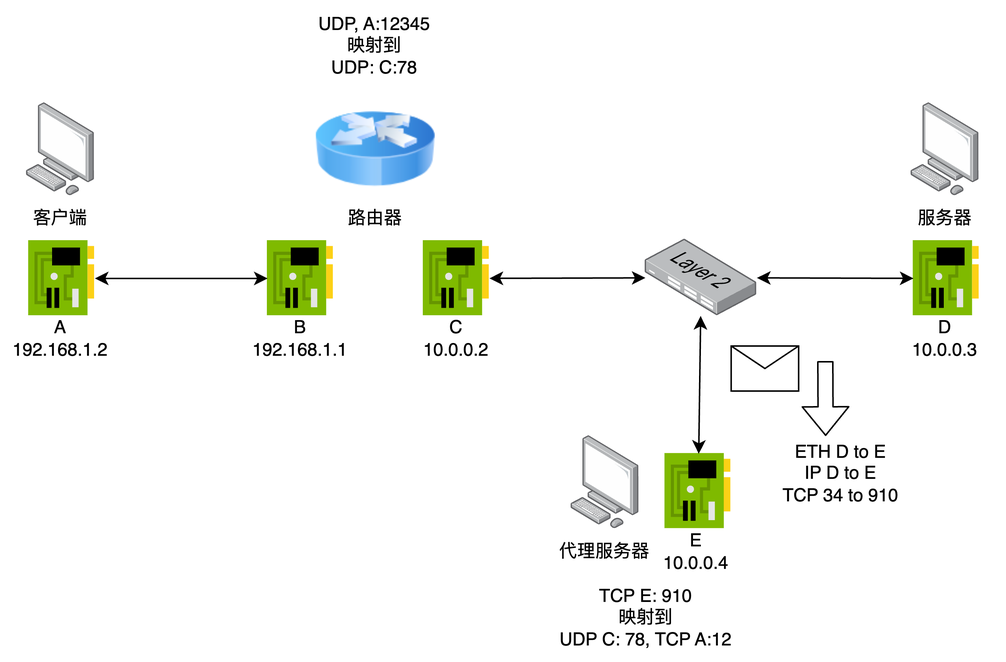
Before: example_step9.png, a diagram exported from draw.io (N2Sys-EDU/Lab3-Documentation). Source tidied: cells renumbered, new cells last; positions are measured from the earlier drawing's top-left corner, leaving out a move shared by most shapes.
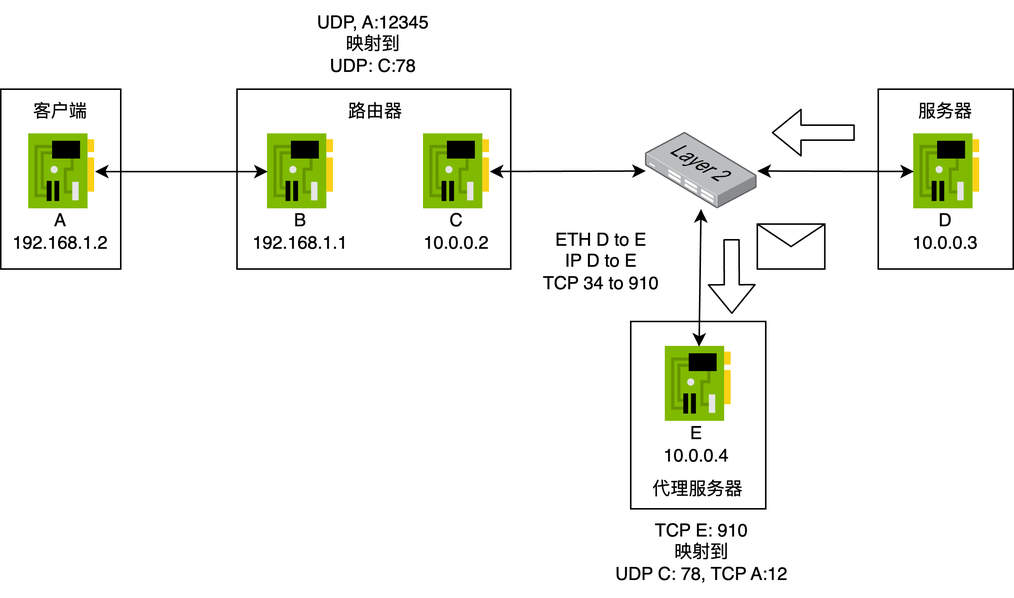
The same file after the commit.

Diff of the diagram source:
```diff
@@ -2,92 +2,98 @@
   <root>
     <mxCell id="0" />
     <mxCell id="1" parent="0" />
-    <mxCell id="2" style="image;html=1;image=img/lib/clip_art/networking/Router_Icon_128x128.png;" parent="1" vertex="1">
-      <mxGeometry x="210" y="59.1" width="80" height="80" as="geometry" />
-    </mxCell>
-    <mxCell id="3" style="html=1;align=center;shadow=0;dashed=0;image;image=img/lib/allied_telesis/computer_and_terminals/Personal_Computer.svg;" parent="1" vertex="1">
-      <mxGeometry x="17.2" y="68.2" width="45.6" height="61.8" as="geometry" />
-    </mxCell>
-    <mxCell id="4" value="客户端" style="text;html=1;strokeColor=none;fillColor=none;align=center;verticalAlign=middle;whiteSpace=wrap;rounded=0;" parent="1" vertex="1">
-      <mxGeometry y="130" width="80" height="30" as="geometry" />
-    </mxCell>
-    <mxCell id="5" style="sketch=0;html=1;points=[];align=center;image;fontSize=12;image=img/lib/mscae/NetworkInterfaceCard.svg;" parent="1" vertex="1">
-      <mxGeometry x="178" y="160" width="44" height="50" as="geometry" />
-    </mxCell>
-    <mxCell id="6" style="sketch=0;html=1;points=[];align=center;image;fontSize=12;image=img/lib/mscae/NetworkInterfaceCard.svg;" parent="1" vertex="1">
-      <mxGeometry x="18.8" y="160" width="44" height="50" as="geometry" />
-    </mxCell>
-    <mxCell id="7" value="A&lt;br&gt;192.168.1.2" style="text;html=1;strokeColor=none;fillColor=none;align=center;verticalAlign=middle;whiteSpace=wrap;rounded=0;" parent="1" vertex="1">
-      <mxGeometry y="210" width="80" height="30" as="geometry" />
-    </mxCell>
-    <mxCell id="8" value="路由器" style="text;html=1;strokeColor=none;fillColor=none;align=center;verticalAlign=middle;whiteSpace=wrap;rounded=0;" parent="1" vertex="1">
-      <mxGeometry x="210" y="130" width="80" height="30" as="geometry" />
-    </mxCell>
-    <mxCell id="9" value="B&lt;br&gt;192.168.1.1" style="text;html=1;strokeColor=none;fillColor=none;align=center;verticalAlign=middle;whiteSpace=wrap;rounded=0;" parent="1" vertex="1">
-      <mxGeometry x="160" y="210" width="80" height="30" as="geometry" />
-    </mxCell>
-    <mxCell id="10" style="endArrow=classic;startArrow=classic;html=1;" parent="1" edge="1" source="6" target="5">
-      <mxGeometry relative="1" as="geometry" />
-    </mxCell>
-    <mxCell id="11" style="sketch=0;html=1;points=[];align=center;image;fontSize=12;image=img/lib/mscae/NetworkInterfaceCard.svg;" parent="1" vertex="1">
-      <mxGeometry x="282" y="160" width="44" height="50" as="geometry" />
-    </mxCell>
-    <mxCell id="12" value="C&lt;br&gt;10.0.0.2" style="text;html=1;strokeColor=none;fillColor=none;align=center;verticalAlign=middle;whiteSpace=wrap;rounded=0;" parent="1" vertex="1">
-      <mxGeometry x="264" y="210" width="80" height="30" as="geometry" />
-    </mxCell>
-    <mxCell id="13" style="html=1;align=center;shadow=0;dashed=0;image;image=img/lib/allied_telesis/computer_and_terminals/Personal_Computer.svg;" parent="1" vertex="1">
-      <mxGeometry x="607.2" y="68.2" width="45.6" height="61.8" as="geometry" />
-    </mxCell>
-    <mxCell id="14" value="服务器" style="text;html=1;strokeColor=none;fillColor=none;align=center;verticalAlign=middle;whiteSpace=wrap;rounded=0;" parent="1" vertex="1">
-      <mxGeometry x="590" y="130" width="80" height="30" as="geometry" />
-    </mxCell>
-    <mxCell id="15" style="sketch=0;html=1;points=[];align=center;image;fontSize=12;image=img/lib/mscae/NetworkInterfaceCard.svg;" parent="1" vertex="1">
-      <mxGeometry x="608.8" y="160" width="44" height="50" as="geometry" />
-    </mxCell>
-    <mxCell id="16" value="D&lt;br&gt;10.0.0.3" style="text;html=1;strokeColor=none;fillColor=none;align=center;verticalAlign=middle;whiteSpace=wrap;rounded=0;" parent="1" vertex="1">
-      <mxGeometry x="590" y="210" width="80" height="30" as="geometry" />
-    </mxCell>
-    <mxCell id="17" style="endArrow=classic;startArrow=classic;html=1;" parent="1" edge="1" source="11" target="18">
-      <mxGeometry relative="1" as="geometry" />
-    </mxCell>
-    <mxCell id="18" style="points=[];html=1;align=center;shadow=0;dashed=0;image;image=img/lib/allied_telesis/switch/Switch_24_port_L2.svg;" parent="1" vertex="1">
-      <mxGeometry x="430" y="159" width="74.4" height="51" as="geometry" />
-    </mxCell>
-    <mxCell id="19" style="endArrow=classic;startArrow=classic;html=1;" parent="1" edge="1" source="18" target="15">
-      <mxGeometry relative="1" as="geometry" />
-    </mxCell>
-    <mxCell id="20" style="html=1;align=center;shadow=0;dashed=0;image;image=img/lib/allied_telesis/computer_and_terminals/Personal_Computer.svg;" parent="1" vertex="1">
-      <mxGeometry x="380.4" y="290" width="45.6" height="61.8" as="geometry" />
-    </mxCell>
-    <mxCell id="21" value="代理服务器" style="text;html=1;strokeColor=none;fillColor=none;align=center;verticalAlign=middle;whiteSpace=wrap;rounded=0;" parent="1" vertex="1">
-      <mxGeometry x="363.2" y="351.8" width="80" height="30" as="geometry" />
-    </mxCell>
-    <mxCell id="22" style="sketch=0;html=1;points=[];align=center;image;fontSize=12;image=img/lib/mscae/NetworkInterfaceCard.svg;" parent="1" vertex="1">
-      <mxGeometry x="443.2" y="301.8" width="44" height="50" as="geometry" />
-    </mxCell>
-    <mxCell id="23" value="E&lt;br&gt;10.0.0.4" style="text;html=1;strokeColor=none;fillColor=none;align=center;verticalAlign=middle;whiteSpace=wrap;rounded=0;" parent="1" vertex="1">
-      <mxGeometry x="424.4" y="351.8" width="80" height="30" as="geometry" />
-    </mxCell>
-    <mxCell id="24" style="endArrow=classic;startArrow=classic;html=1;" parent="1" edge="1" source="18" target="22">
-      <mxGeometry relative="1" as="geometry" />
-    </mxCell>
     <mxCell id="25" value="UDP, A:12345&lt;br&gt;映射到&lt;br&gt;UDP: C:78" style="text;html=1;strokeColor=none;fillColor=none;align=center;verticalAlign=middle;whiteSpace=wrap;rounded=0;" parent="1" vertex="1">
-      <mxGeometry x="189.4" width="121.2" height="59.1" as="geometry" />
+      <mxGeometry x="188.1" y="70.9" width="121.2" height="59.1" as="geometry" />
     </mxCell>
     <mxCell id="26" style="shape=message;html=1;html=1;labelPosition=center;verticalLabelPosition=bottom;align=center;verticalAlign=top;" parent="1" vertex="1">
-      <mxGeometry x="487.2" y="230" width="45" height="30" as="geometry" />
+      <mxGeometry x="504.4" y="220" width="45" height="30" as="geometry" />
     </mxCell>
     <mxCell id="27" style="shape=flexArrow;endArrow=classic;html=1;" parent="1" edge="1">
       <mxGeometry relative="1" as="geometry">
-        <mxPoint x="550" y="240" as="sourcePoint" />
-        <mxPoint x="550.2" y="290" as="targetPoint" />
+        <mxPoint x="487.2" y="230" as="sourcePoint" />
+        <mxPoint x="487.4" y="280" as="targetPoint" />
       </mxGeometry>
     </mxCell>
     <mxCell id="28" value="ETH D to E&lt;br&gt;IP D to E&lt;br&gt;TCP 34 to 910" style="text;html=1;strokeColor=none;fillColor=none;align=center;verticalAlign=middle;whiteSpace=wrap;rounded=0;" parent="1" vertex="1">
-      <mxGeometry x="500" y="290" width="121.2" height="50" as="geometry" />
+      <mxGeometry x="340" y="220" width="121.2" height="50" as="geometry" />
     </mxCell>
     <mxCell id="29" value="TCP E: 910&lt;br&gt;映射到&lt;br&gt;UDP C: 78, TCP A:12" style="text;html=1;strokeColor=none;fillColor=none;align=center;verticalAlign=middle;whiteSpace=wrap;rounded=0;" parent="1" vertex="1">
-      <mxGeometry x="370" y="381.8" width="121.2" height="58.2" as="geometry" />
+      <mxGeometry x="406.6" y="410" width="121.2" height="58.2" as="geometry" />
     </mxCell>
+    <mxCell id="30" style="rounded=0;whiteSpace=wrap;html=1;" parent="1" vertex="1">
+      <mxGeometry x="585" y="130" width="90" height="120" as="geometry" />
+    </mxCell>
+    <mxCell id="31" style="rounded=0;whiteSpace=wrap;html=1;" parent="1" vertex="1">
+      <mxGeometry x="420" y="285" width="90" height="125" as="geometry" />
+    </mxCell>
+    <mxCell id="32" style="rounded=0;whiteSpace=wrap;html=1;" parent="1" vertex="1">
+      <mxGeometry x="157.5" y="130" width="182.5" height="120" as="geometry" />
+    </mxCell>
+    <mxCell id="33" style="rounded=0;whiteSpace=wrap;html=1;" parent="1" vertex="1">
+      <mxGeometry y="130" width="80" height="120" as="geometry" />
+    </mxCell>
+    <mxCell id="4" value="客户端" style="text;html=1;strokeColor=none;fillColor=none;align=center;verticalAlign=middle;whiteSpace=wrap;rounded=0;" parent="1" vertex="1">
+      <mxGeometry y="130" width="80" height="30" as="geometry" />
+    </mxCell>
+    <mxCell id="34" style="sketch=0;html=1;points=[];align=center;image;fontSize=12;image=img/lib/mscae/NetworkInterfaceCard.svg;" parent="1" vertex="1">
+      <mxGeometry x="178" y="160" width="44" height="50" as="geometry" />
+    </mxCell>
+    <mxCell id="35" style="sketch=0;html=1;points=[];align=center;image;fontSize=12;image=img/lib/mscae/NetworkInterfaceCard.svg;" parent="1" vertex="1">
+      <mxGeometry x="18.8" y="160" width="44" height="50" as="geometry" />
+    </mxCell>
+    <mxCell id="7" value="A&lt;br&gt;192.168.1.2" style="text;html=1;strokeColor=none;fillColor=none;align=center;verticalAlign=middle;whiteSpace=wrap;rounded=0;" parent="1" vertex="1">
+      <mxGeometry y="210" width="80" height="30" as="geometry" />
+    </mxCell>
+    <mxCell id="8" value="路由器" style="text;html=1;strokeColor=none;fillColor=none;align=center;verticalAlign=middle;whiteSpace=wrap;rounded=0;" parent="1" vertex="1">
+      <mxGeometry x="210" y="130" width="80" height="30" as="geometry" />
+    </mxCell>
+    <mxCell id="9" value="B&lt;br&gt;192.168.1.1" style="text;html=1;strokeColor=none;fillColor=none;align=center;verticalAlign=middle;whiteSpace=wrap;rounded=0;" parent="1" vertex="1">
+      <mxGeometry x="160" y="210" width="80" height="30" as="geometry" />
+    </mxCell>
+    <mxCell id="36" style="endArrow=classic;startArrow=classic;html=1;" parent="1" edge="1" source="35" target="34">
+      <mxGeometry relative="1" as="geometry" />
+    </mxCell>
+    <mxCell id="37" style="sketch=0;html=1;points=[];align=center;image;fontSize=12;image=img/lib/mscae/NetworkInterfaceCard.svg;" parent="1" vertex="1">
+      <mxGeometry x="282" y="160" width="44" height="50" as="geometry" />
+    </mxCell>
+    <mxCell id="12" value="C&lt;br&gt;10.0.0.2" style="text;html=1;strokeColor=none;fillColor=none;align=center;verticalAlign=middle;whiteSpace=wrap;rounded=0;" parent="1" vertex="1">
+      <mxGeometry x="264" y="210" width="80" height="30" as="geometry" />
+    </mxCell>
+    <mxCell id="14" value="服务器" style="text;html=1;strokeColor=none;fillColor=none;align=center;verticalAlign=middle;whiteSpace=wrap;rounded=0;" parent="1" vertex="1">
+      <mxGeometry x="590" y="130" width="80" height="30" as="geometry" />
+    </mxCell>
+    <mxCell id="38" style="sketch=0;html=1;points=[];align=center;image;fontSize=12;image=img/lib/mscae/NetworkInterfaceCard.svg;" parent="1" vertex="1">
+      <mxGeometry x="608.8" y="160" width="44" height="50" as="geometry" />
+    </mxCell>
+    <mxCell id="16" value="D&lt;br&gt;10.0.0.3" style="text;html=1;strokeColor=none;fillColor=none;align=center;verticalAlign=middle;whiteSpace=wrap;rounded=0;" parent="1" vertex="1">
+      <mxGeometry x="590" y="210" width="80" height="30" as="geometry" />
+    </mxCell>
+    <mxCell id="39" style="endArrow=classic;startArrow=classic;html=1;" parent="1" edge="1" source="37" target="40">
+      <mxGeometry relative="1" as="geometry" />
+    </mxCell>
+    <mxCell id="40" style="points=[];html=1;align=center;shadow=0;dashed=0;image;image=img/lib/allied_telesis/switch/Switch_24_port_L2.svg;" parent="1" vertex="1">
+      <mxGeometry x="430" y="159" width="74.4" height="51" as="geometry" />
+    </mxCell>
+    <mxCell id="41" style="endArrow=classic;startArrow=classic;html=1;" parent="1" edge="1" source="40" target="38">
+      <mxGeometry relative="1" as="geometry" />
+    </mxCell>
+    <mxCell id="21" value="代理服务器" style="text;html=1;strokeColor=none;fillColor=none;align=center;verticalAlign=middle;whiteSpace=wrap;rounded=0;" parent="1" vertex="1">
+      <mxGeometry x="425.2" y="381.8" width="80" height="30" as="geometry" />
+    </mxCell>
+    <mxCell id="42" style="sketch=0;html=1;points=[];align=center;image;fontSize=12;image=img/lib/mscae/NetworkInterfaceCard.svg;" parent="1" vertex="1">
+      <mxGeometry x="443.2" y="301.8" width="44" height="50" as="geometry" />
+    </mxCell>
+    <mxCell id="23" value="E&lt;br&gt;10.0.0.4" style="text;html=1;strokeColor=none;fillColor=none;align=center;verticalAlign=middle;whiteSpace=wrap;rounded=0;" parent="1" vertex="1">
+      <mxGeometry x="424.4" y="351.8" width="80" height="30" as="geometry" />
+    </mxCell>
+    <mxCell id="43" style="endArrow=classic;startArrow=classic;html=1;" parent="1" edge="1" source="40" target="42">
+      <mxGeometry relative="1" as="geometry" />
+    </mxCell>
+    <mxCell id="44" style="shape=flexArrow;endArrow=classic;html=1;" parent="1" edge="1">
+      <mxGeometry relative="1" as="geometry">
+        <mxPoint x="569.4" y="159" as="sourcePoint" />
+        <mxPoint x="514" y="159" as="targetPoint" />
+      </mxGeometry>
+    </mxCell>
   </root>
 </mxGraphModel>
```
